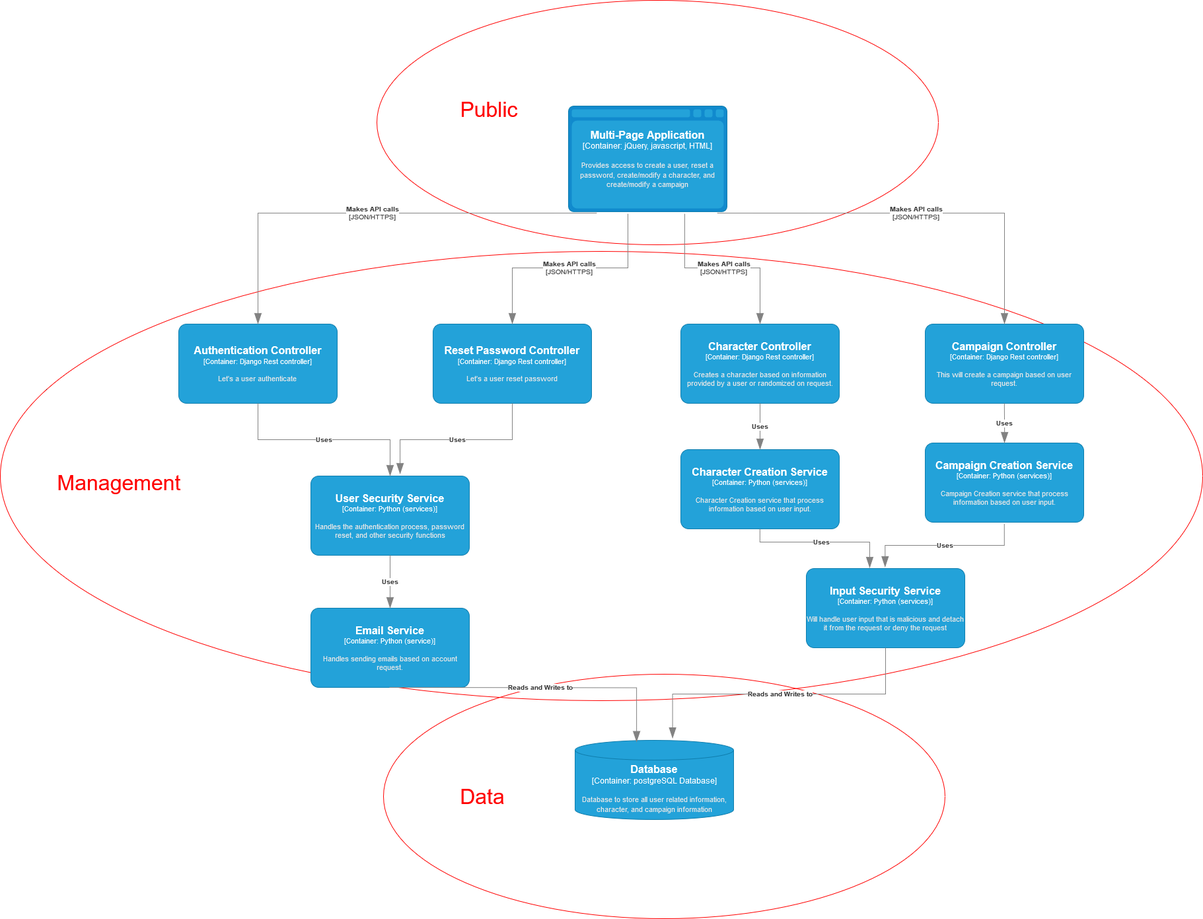
This is docs/images/Multi-PageApplication.drawio.png from CryptidRegrex/semesterProject, a draw.io export, as it was before one commit. Source tidied: cells renumbered, new cells last; positions are measured from the earlier drawing's top-left corner, leaving out a move shared by most shapes.
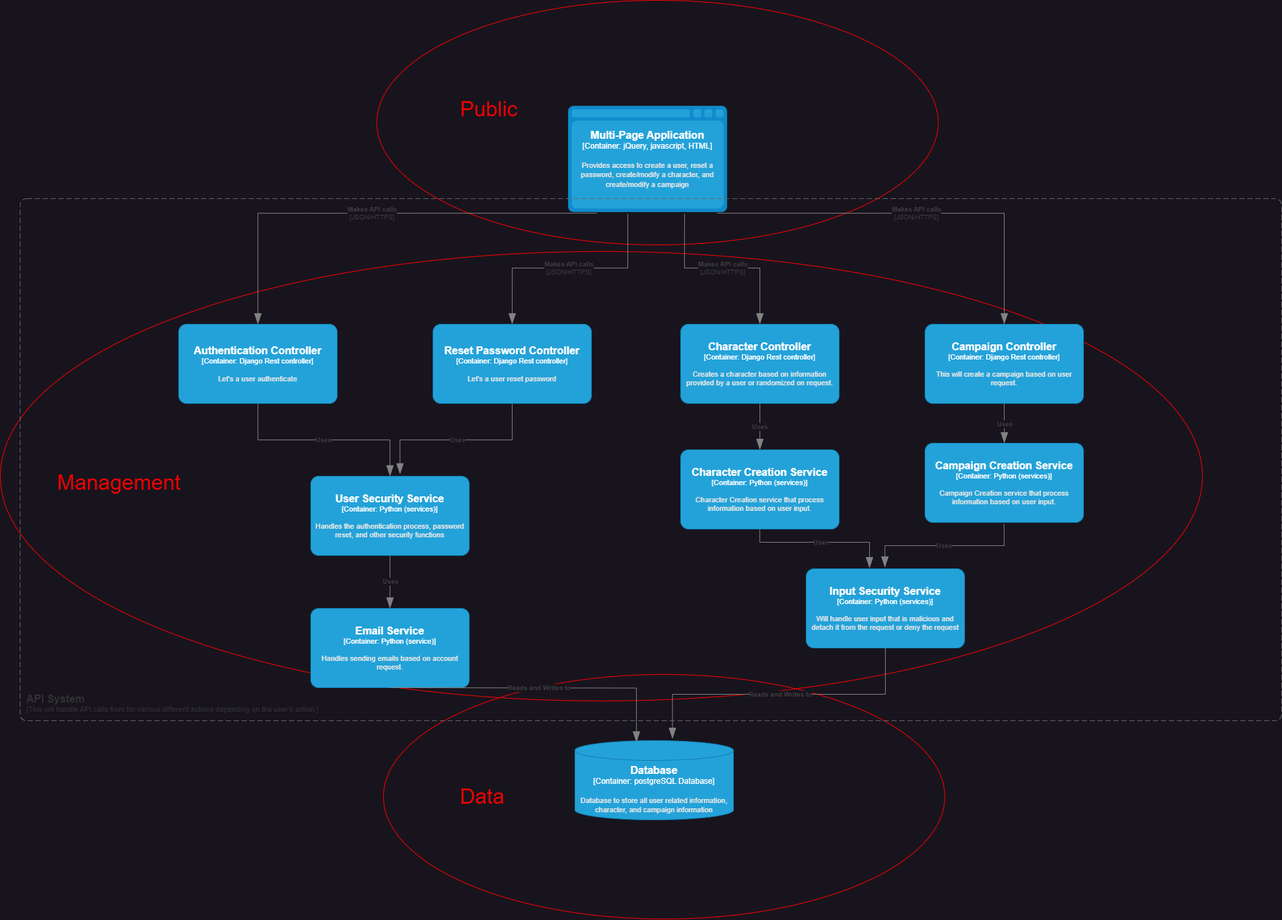
After the change.

What changed in the source:
```diff
@@ -153,5 +153,10 @@
     <mxCell id="31" value="&lt;font color=&quot;#ff0000&quot; style=&quot;font-size: 32px;&quot;&gt;Public&lt;/font&gt;" style="text;html=1;align=center;verticalAlign=middle;whiteSpace=wrap;rounded=0;" parent="1" vertex="1">
       <mxGeometry x="710" y="150" width="60" height="30" as="geometry" />
     </mxCell>
+    <object id="32" label="&lt;font style=&quot;font-size: 16px&quot;&gt;&lt;b&gt;&lt;div style=&quot;text-align: left&quot;&gt;%c4Name%&lt;/div&gt;&lt;/b&gt;&lt;/font&gt;&lt;div style=&quot;text-align: left&quot;&gt;[%c4Application%]&lt;/div&gt;" c4Application="This will handle API calls from for various different actions depending on the user's action." c4Name="API System" c4Type="ContainerScopeBoundary" placeholders="1">
+      <mxCell style="rounded=1;fontSize=11;whiteSpace=wrap;html=1;dashed=1;arcSize=20;fillColor=none;strokeColor=#666666;fontColor=#333333;labelBackgroundColor=none;align=left;verticalAlign=bottom;labelBorderColor=none;spacingTop=0;spacing=10;dashPattern=8 4;perimeter=rectanglePerimeter;noLabel=0;labelPadding=0;absoluteArcSize=1;" parent="1" vertex="1">
+        <mxGeometry x="30" y="300" width="1910" height="790" as="geometry" />
+      </mxCell>
+    </object>
   </root>
 </mxGraphModel>
```
